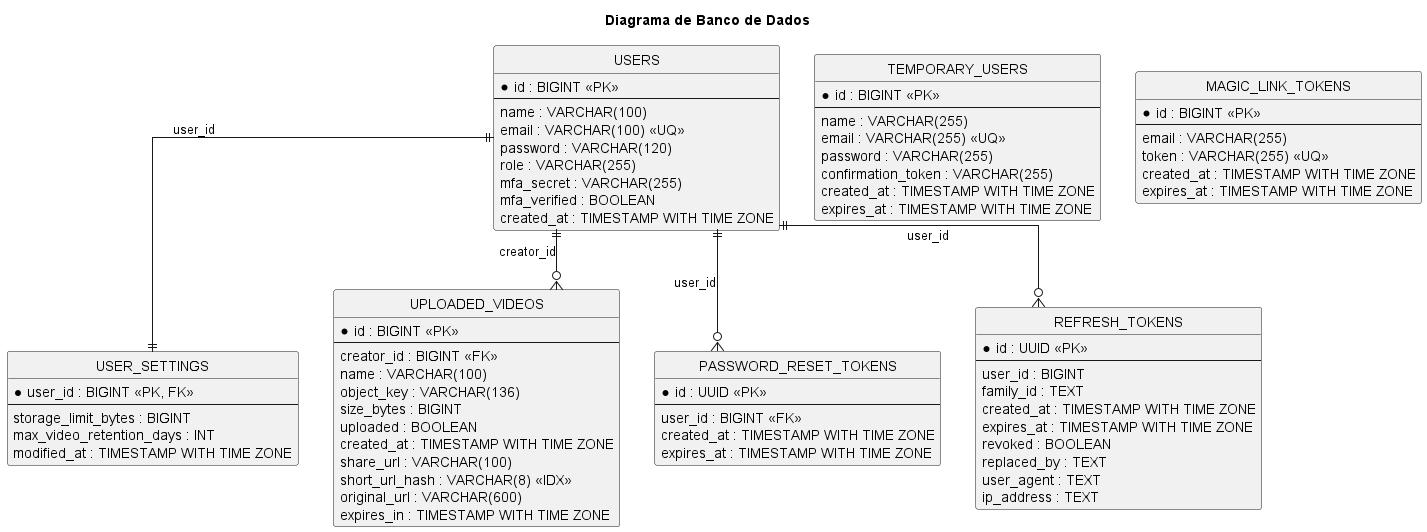
vitorweirich/ads-projeto-integrador keeps this PlantUML diagram as docs/diagramas/diagrama-banco-de-dados.png. Above is the earlier version. Its diagram source:
```plantuml
@startuml
title Diagrama de Banco de Dados

hide circle
skinparam linetype ortho

entity "USERS" as users {
  *id : BIGINT <<PK>>
  --
  name : VARCHAR(100)
  email : VARCHAR(100) <<UQ>>
  password : VARCHAR(120)
  role : VARCHAR(255)
  mfa_secret : VARCHAR(255)
  mfa_verified : BOOLEAN
  created_at : TIMESTAMP WITH TIME ZONE
}

entity "USER_SETTINGS" as user_settings {
  *user_id : BIGINT <<PK, FK>>
  --
  storage_limit_bytes : BIGINT
  max_video_retention_days : INT
  modified_at : TIMESTAMP WITH TIME ZONE
}

entity "UPLOADED_VIDEOS" as uploaded_videos {
  *id : BIGINT <<PK>>
  --
  creator_id : BIGINT <<FK>>
  name : VARCHAR(100)
  object_key : VARCHAR(136)
  size_bytes : BIGINT
  uploaded : BOOLEAN
  created_at : TIMESTAMP WITH TIME ZONE
  share_url : VARCHAR(100)
  short_url_hash : VARCHAR(8) <<IDX>>
  original_url : VARCHAR(600)
  expires_in : TIMESTAMP WITH TIME ZONE
}

entity "PASSWORD_RESET_TOKENS" as password_reset_tokens {
  *id : UUID <<PK>>
  --
  user_id : BIGINT <<FK>>
  created_at : TIMESTAMP WITH TIME ZONE
  expires_at : TIMESTAMP WITH TIME ZONE
}

entity "REFRESH_TOKENS" as refresh_tokens {
  *id : UUID <<PK>>
  --
  user_id : BIGINT
  family_id : TEXT
  created_at : TIMESTAMP WITH TIME ZONE
  expires_at : TIMESTAMP WITH TIME ZONE
  revoked : BOOLEAN
  replaced_by : TEXT
  user_agent : TEXT
  ip_address : TEXT
}

entity "TEMPORARY_USERS" as temporary_users {
  *id : BIGINT <<PK>>
  --
  name : VARCHAR(255)
  email : VARCHAR(255) <<UQ>>
  password : VARCHAR(255)
  confirmation_token : VARCHAR(255)
  created_at : TIMESTAMP WITH TIME ZONE
  expires_at : TIMESTAMP WITH TIME ZONE
}

entity "MAGIC_LINK_TOKENS" as magic_link_tokens {
  *id : BIGINT <<PK>>
  --
  email : VARCHAR(255)
  token : VARCHAR(255) <<UQ>>
  created_at : TIMESTAMP WITH TIME ZONE
  expires_at : TIMESTAMP WITH TIME ZONE
}

users ||--|| user_settings : "user_id"
users ||--o{ uploaded_videos : "creator_id"
users ||--o{ password_reset_tokens : "user_id"
users ||--o{ refresh_tokens : "user_id"

@enduml
```
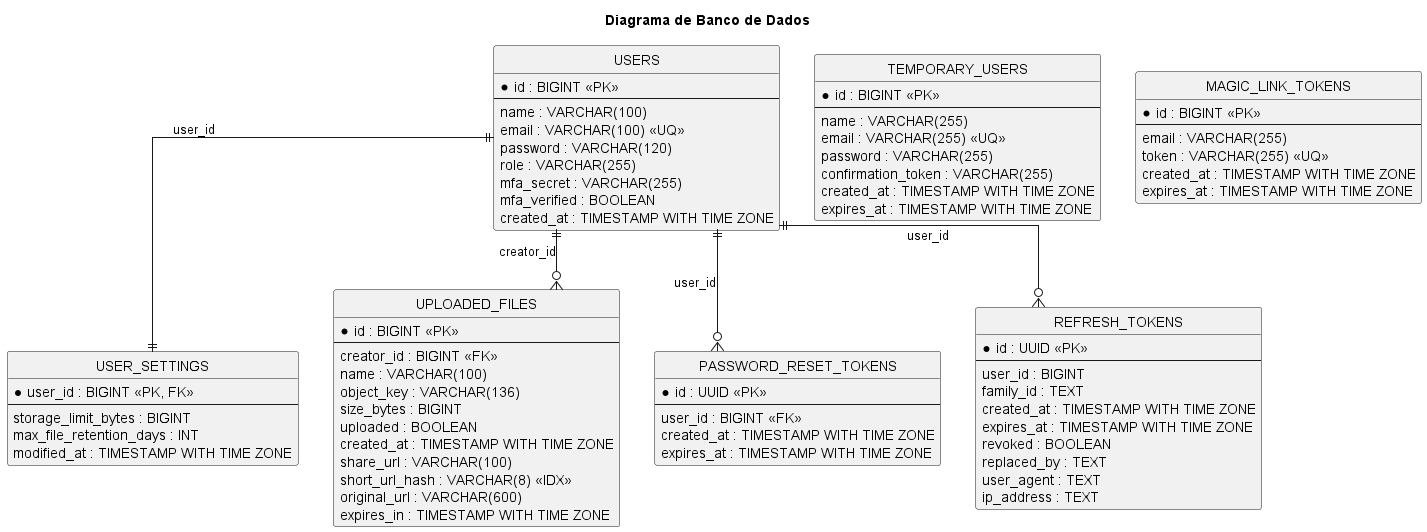
After the change.

The edit, as a diff of the source:
```diff
@@ -1,4 +1,4 @@
-@startuml
+@startuml "Diagrama de Banco de Dados"
 title Diagrama de Banco de Dados
 
 hide circle
@@ -20,11 +20,11 @@
   *user_id : BIGINT <<PK, FK>>
   --
   storage_limit_bytes : BIGINT
-  max_video_retention_days : INT
+  max_file_retention_days : INT
   modified_at : TIMESTAMP WITH TIME ZONE
 }
 
-entity "UPLOADED_VIDEOS" as uploaded_videos {
+entity "UPLOADED_FILES" as uploaded_files {
   *id : BIGINT <<PK>>
   --
   creator_id : BIGINT <<FK>>
@@ -81,7 +81,7 @@
 }
 
 users ||--|| user_settings : "user_id"
-users ||--o{ uploaded_videos : "creator_id"
+users ||--o{ uploaded_files : "creator_id"
 users ||--o{ password_reset_tokens : "user_id"
 users ||--o{ refresh_tokens : "user_id"
 
```
